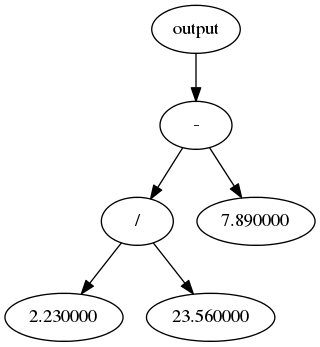
Above: res.png in ALounes/Compilateur (Graphviz), before the change. Its source is kept beside it as res.dot.
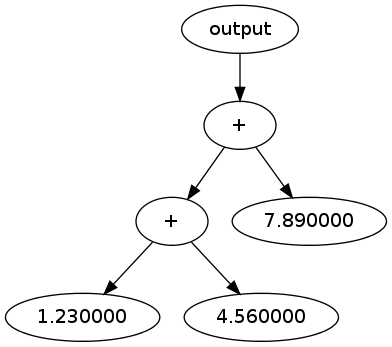
After the commit.

The edit, as a diff of the source:
```diff
@@ -1,13 +1,13 @@
 digraph {
-	N000 [label="1.230000"]
-	N001 [label="4.560000"]
-	N002 [label="+"]
-	N003 [label="7.890000"]
-	N004 [label="+"]
-	N005 [label="output"]
-	N005 -> N004
-	N004 -> N002
-	N004 -> N003
-	N002 -> N000
-	N002 -> N001
+	N0 [label="output"]
+	N1 [label="+"]
+	N2 [label="+"]
+	N3 [label=1.230000]
+	N4 [label=4.560000]
+	N5 [label=7.890000]
+	N0 -> N1
+	N1 -> N2
+	N2 -> N3
+	N2 -> N4
+	N1 -> N5
 }
```
